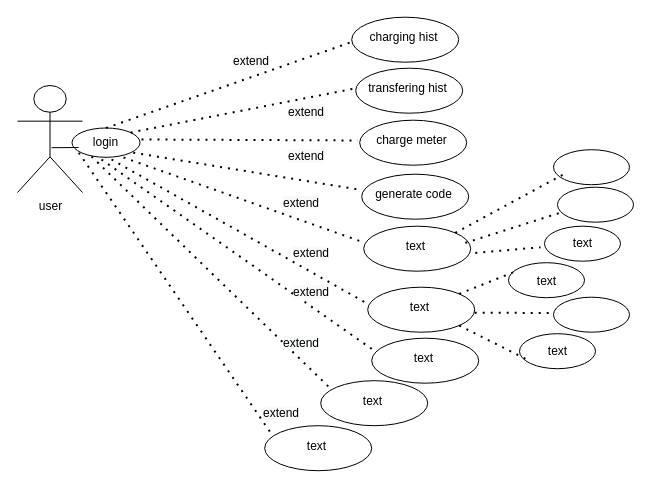
The draw.io diagram Untitled Diagram.drawio in shamaabuhassan/Charts, before the edit. Source tidied: cells renumbered, new cells numbered last; positions are measured from the earlier drawing's top-left corner, leaving out a move shared by most shapes. Both pictures are drawn from the tidied source at 100%, with x=0, y=0 at pixel (17, 17).
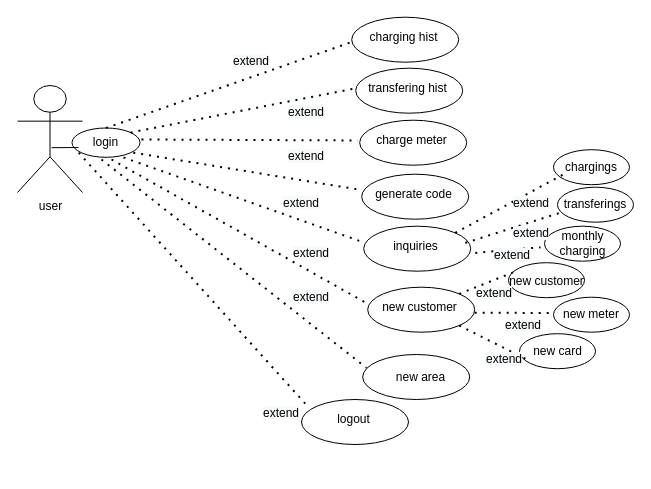
The same diagram, later.

Unchanged cells that the change refers to:
```xml
<mxCell id="4" value="login" style="text;html=1;strokeColor=none;fillColor=none;align=center;verticalAlign=middle;whiteSpace=wrap;rounded=0;" parent="1" vertex="1">
  <mxGeometry x="34" y="115.2" width="109" height="20" as="geometry" />
</mxCell>
```

What changed in the source:
```diff
@@
-    <mxCell id="15" value="text" style="text;html=1;strokeColor=none;fillColor=none;align=center;verticalAlign=middle;whiteSpace=wrap;rounded=0;" parent="1" vertex="1">
+    <mxCell id="15" value="inquiries" style="text;html=1;strokeColor=none;fillColor=none;align=center;verticalAlign=middle;whiteSpace=wrap;rounded=0;" parent="1" vertex="1">
       <mxGeometry x="344.2" y="219.2" width="109" height="20" as="geometry" />
     </mxCell>
@@
-    <mxCell id="17" value="text" style="text;html=1;strokeColor=none;fillColor=none;align=center;verticalAlign=middle;whiteSpace=wrap;rounded=0;" parent="1" vertex="1">
+    <mxCell id="17" value="new customer" style="text;html=1;strokeColor=none;fillColor=none;align=center;verticalAlign=middle;whiteSpace=wrap;rounded=0;" parent="1" vertex="1">
       <mxGeometry x="348.2" y="280.2" width="109" height="20" as="geometry" />
     </mxCell>
     <mxCell id="18" style="ellipse;whiteSpace=wrap;html=1;" parent="1" vertex="1">
-      <mxGeometry x="354.2" y="320.7" width="107" height="45" as="geometry" />
+      <mxGeometry x="345.2" y="337" width="107" height="45" as="geometry" />
     </mxCell>
-    <mxCell id="19" value="text" style="text;html=1;strokeColor=none;fillColor=none;align=center;verticalAlign=middle;whiteSpace=wrap;rounded=0;" parent="1" vertex="1">
-      <mxGeometry x="352.2" y="331.2" width="109" height="20" as="geometry" />
+    <mxCell id="19" value="new area" style="text;html=1;strokeColor=none;fillColor=none;align=center;verticalAlign=middle;whiteSpace=wrap;rounded=0;" parent="1" vertex="1">
+      <mxGeometry x="349.2" y="349.5" width="109" height="20" as="geometry" />
     </mxCell>
-    <mxCell id="20" style="ellipse;whiteSpace=wrap;html=1;" parent="1" vertex="1">
-      <mxGeometry x="303.2" y="363.2" width="107" height="45" as="geometry" />
-    </mxCell>
-    <mxCell id="21" value="text" style="text;html=1;strokeColor=none;fillColor=none;align=center;verticalAlign=middle;whiteSpace=wrap;rounded=0;" parent="1" vertex="1">
-      <mxGeometry x="301.2" y="373.7" width="109" height="20" as="geometry" />
-    </mxCell>
     <mxCell id="22" style="ellipse;whiteSpace=wrap;html=1;" parent="1" vertex="1">
-      <mxGeometry x="247.2" y="408.2" width="107" height="45" as="geometry" />
+      <mxGeometry x="284" y="382" width="107" height="45" as="geometry" />
     </mxCell>
-    <mxCell id="23" value="text" style="text;html=1;strokeColor=none;fillColor=none;align=center;verticalAlign=middle;whiteSpace=wrap;rounded=0;" parent="1" vertex="1">
-      <mxGeometry x="245.2" y="418.7" width="109" height="20" as="geometry" />
+    <mxCell id="23" value="logout" style="text;html=1;strokeColor=none;fillColor=none;align=center;verticalAlign=middle;whiteSpace=wrap;rounded=0;" parent="1" vertex="1">
+      <mxGeometry x="282" y="392" width="109" height="20" as="geometry" />
     </mxCell>
-    <mxCell id="24" style="ellipse;whiteSpace=wrap;html=1;" parent="1" vertex="1">
+    <mxCell id="24" value="chargings" style="ellipse;whiteSpace=wrap;html=1;" parent="1" vertex="1">
       <mxGeometry x="536" y="132.2" width="76" height="35" as="geometry" />
     </mxCell>
-    <mxCell id="25" style="ellipse;whiteSpace=wrap;html=1;" parent="1" vertex="1">
+    <mxCell id="25" value="transferings" style="ellipse;whiteSpace=wrap;html=1;" parent="1" vertex="1">
       <mxGeometry x="540" y="169.7" width="76" height="35" as="geometry" />
     </mxCell>
@@
-    <mxCell id="27" value="text" style="text;html=1;strokeColor=none;fillColor=none;align=center;verticalAlign=middle;whiteSpace=wrap;rounded=0;" parent="1" vertex="1">
+    <mxCell id="27" value="monthly charging" style="text;html=1;strokeColor=none;fillColor=none;align=center;verticalAlign=middle;whiteSpace=wrap;rounded=0;" parent="1" vertex="1">
       <mxGeometry x="523" y="214.9" width="85" height="22.5" as="geometry" />
     </mxCell>
@@
-    <mxCell id="29" style="ellipse;whiteSpace=wrap;html=1;" parent="1" vertex="1">
+    <mxCell id="29" value="new meter" style="ellipse;whiteSpace=wrap;html=1;" parent="1" vertex="1">
       <mxGeometry x="536" y="279.7" width="76" height="35" as="geometry" />
     </mxCell>
@@
-    <mxCell id="31" value="text" style="text;html=1;strokeColor=none;fillColor=none;align=center;verticalAlign=middle;whiteSpace=wrap;rounded=0;" parent="1" vertex="1">
+    <mxCell id="31" value="new customer" style="text;html=1;strokeColor=none;fillColor=none;align=center;verticalAlign=middle;whiteSpace=wrap;rounded=0;" parent="1" vertex="1">
       <mxGeometry x="474.5" y="253.7" width="109" height="20" as="geometry" />
     </mxCell>
-    <mxCell id="32" value="text" style="text;html=1;strokeColor=none;fillColor=none;align=center;verticalAlign=middle;whiteSpace=wrap;rounded=0;" parent="1" vertex="1">
+    <mxCell id="32" value="new card" style="text;html=1;strokeColor=none;fillColor=none;align=center;verticalAlign=middle;whiteSpace=wrap;rounded=0;" parent="1" vertex="1">
       <mxGeometry x="485.5" y="323.7" width="109" height="20" as="geometry" />
     </mxCell>
@@
-    <mxCell id="46" style="endArrow=none;dashed=1;html=1;dashPattern=1 3;strokeWidth=2;exitX=0.367;exitY=1.19;exitDx=0;exitDy=0;entryX=0.089;entryY=-0.235;entryDx=0;entryDy=0;entryPerimeter=0;exitPerimeter=0;" parent="1" edge="1" source="4" target="21">
-      <mxGeometry relative="1" as="geometry" />
-    </mxCell>
@@
     <mxCell id="52" value="&#10;&#10;&lt;span style=&quot;color: rgb(0, 0, 0); font-family: helvetica; font-size: 12px; font-style: normal; font-weight: 400; letter-spacing: normal; text-align: center; text-indent: 0px; text-transform: none; word-spacing: 0px; background-color: rgb(248, 249, 250); display: inline; float: none;&quot;&gt;extend&lt;/span&gt;&#10;&#10;" style="text;whiteSpace=wrap;html=1;" parent="1" vertex="1">
-      <mxGeometry x="274.2" y="232" width="60" height="30" as="geometry" />
+      <mxGeometry x="274.2" y="237.4" width="60" height="30" as="geometry" />
     </mxCell>
@@
-    <mxCell id="54" value="&lt;span style=&quot;color: rgb(0, 0, 0); font-family: helvetica; font-size: 12px; font-style: normal; font-weight: 400; letter-spacing: normal; text-align: center; text-indent: 0px; text-transform: none; word-spacing: 0px; background-color: rgb(248, 249, 250); display: inline; float: none;&quot;&gt;extend&lt;/span&gt;" style="text;whiteSpace=wrap;html=1;" parent="1" vertex="1">
-      <mxGeometry x="264" y="312" width="60" height="30" as="geometry" />
-    </mxCell>
@@
+    <mxCell id="56" value="&lt;span style=&quot;color: rgb(0, 0, 0); font-family: helvetica; font-size: 12px; font-style: normal; font-weight: 400; letter-spacing: normal; text-align: center; text-indent: 0px; text-transform: none; word-spacing: 0px; background-color: rgb(248, 249, 250); display: inline; float: none;&quot;&gt;extend&lt;/span&gt;" style="text;whiteSpace=wrap;html=1;" parent="1" vertex="1">
+      <mxGeometry x="494" y="172" width="60" height="30" as="geometry" />
+    </mxCell>
+    <mxCell id="57" value="&lt;span style=&quot;color: rgb(0, 0, 0); font-family: helvetica; font-size: 12px; font-style: normal; font-weight: 400; letter-spacing: normal; text-align: center; text-indent: 0px; text-transform: none; word-spacing: 0px; background-color: rgb(248, 249, 250); display: inline; float: none;&quot;&gt;extend&lt;/span&gt;" style="text;whiteSpace=wrap;html=1;" parent="1" vertex="1">
+      <mxGeometry x="494" y="201.7" width="60" height="30" as="geometry" />
+    </mxCell>
+    <mxCell id="58" value="&lt;span style=&quot;color: rgb(0, 0, 0); font-family: helvetica; font-size: 12px; font-style: normal; font-weight: 400; letter-spacing: normal; text-align: center; text-indent: 0px; text-transform: none; word-spacing: 0px; background-color: rgb(248, 249, 250); display: inline; float: none;&quot;&gt;extend&lt;/span&gt;" style="text;whiteSpace=wrap;html=1;" parent="1" vertex="1">
+      <mxGeometry x="474.5" y="223.7" width="60" height="30" as="geometry" />
+    </mxCell>
+    <mxCell id="59" value="&lt;span style=&quot;color: rgb(0, 0, 0); font-family: helvetica; font-size: 12px; font-style: normal; font-weight: 400; letter-spacing: normal; text-align: center; text-indent: 0px; text-transform: none; word-spacing: 0px; background-color: rgb(248, 249, 250); display: inline; float: none;&quot;&gt;extend&lt;/span&gt;" style="text;whiteSpace=wrap;html=1;" parent="1" vertex="1">
+      <mxGeometry x="457.2" y="262" width="60" height="30" as="geometry" />
+    </mxCell>
+    <mxCell id="60" value="&lt;span style=&quot;color: rgb(0, 0, 0); font-family: helvetica; font-size: 12px; font-style: normal; font-weight: 400; letter-spacing: normal; text-align: center; text-indent: 0px; text-transform: none; word-spacing: 0px; background-color: rgb(248, 249, 250); display: inline; float: none;&quot;&gt;extend&lt;/span&gt;" style="text;whiteSpace=wrap;html=1;" parent="1" vertex="1">
+      <mxGeometry x="485.5" y="293.7" width="60" height="30" as="geometry" />
+    </mxCell>
+    <mxCell id="61" value="&lt;span style=&quot;color: rgb(0, 0, 0); font-family: helvetica; font-size: 12px; font-style: normal; font-weight: 400; letter-spacing: normal; text-align: center; text-indent: 0px; text-transform: none; word-spacing: 0px; background-color: rgb(248, 249, 250); display: inline; float: none;&quot;&gt;extend&lt;/span&gt;" style="text;whiteSpace=wrap;html=1;" parent="1" vertex="1">
+      <mxGeometry x="467" y="328.2" width="60" height="30" as="geometry" />
+    </mxCell>
```
